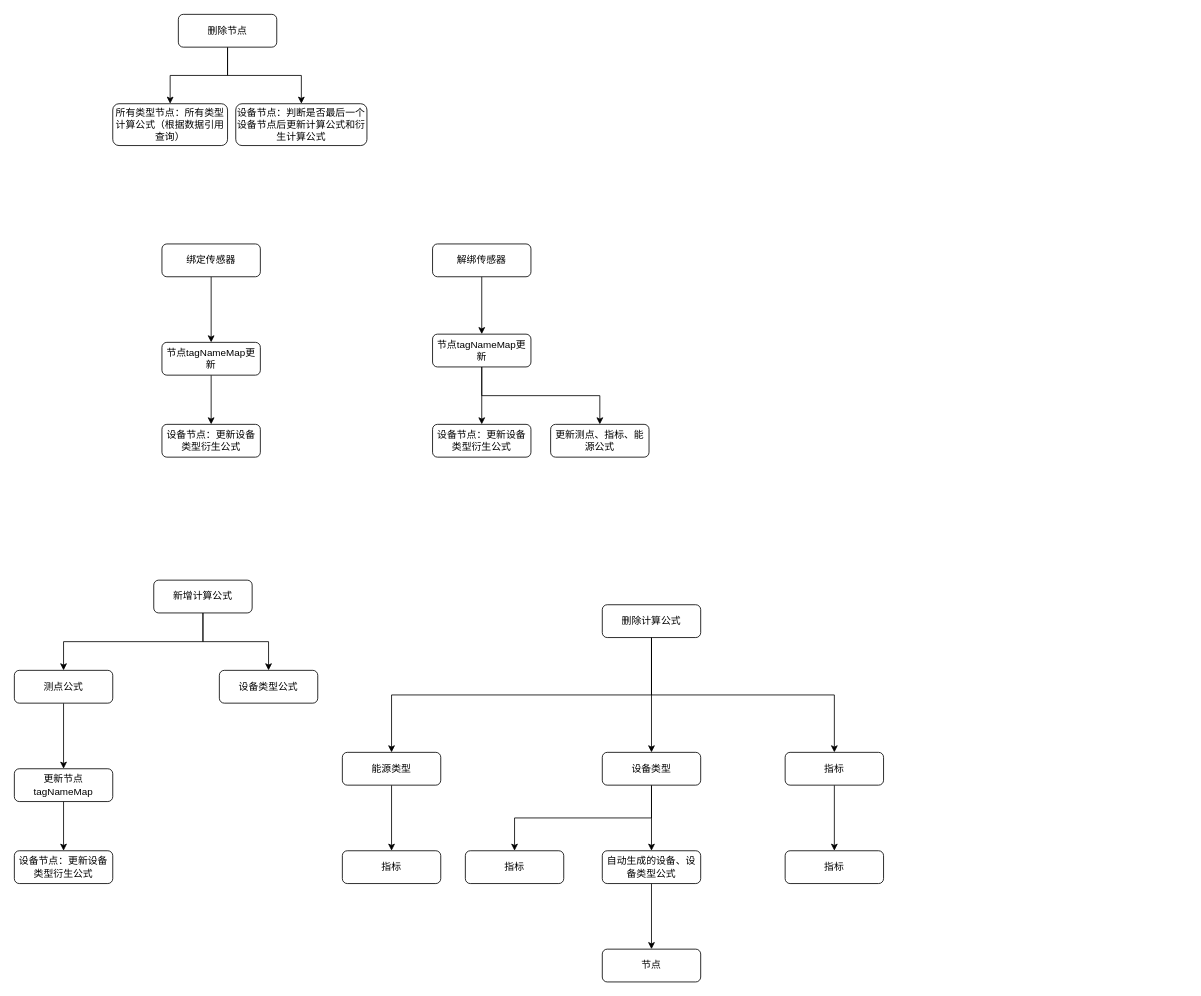
This is 能源管理-tagName更新.drawio from bird1225/draw, a draw.io file, before an edit. Source tidied: cells renumbered, new cells numbered last; positions are measured from the earlier drawing's top-left corner, leaving out a move shared by most shapes. Both pictures are drawn from the tidied source at 82%, with x=0, y=0 at pixel (14, 14).
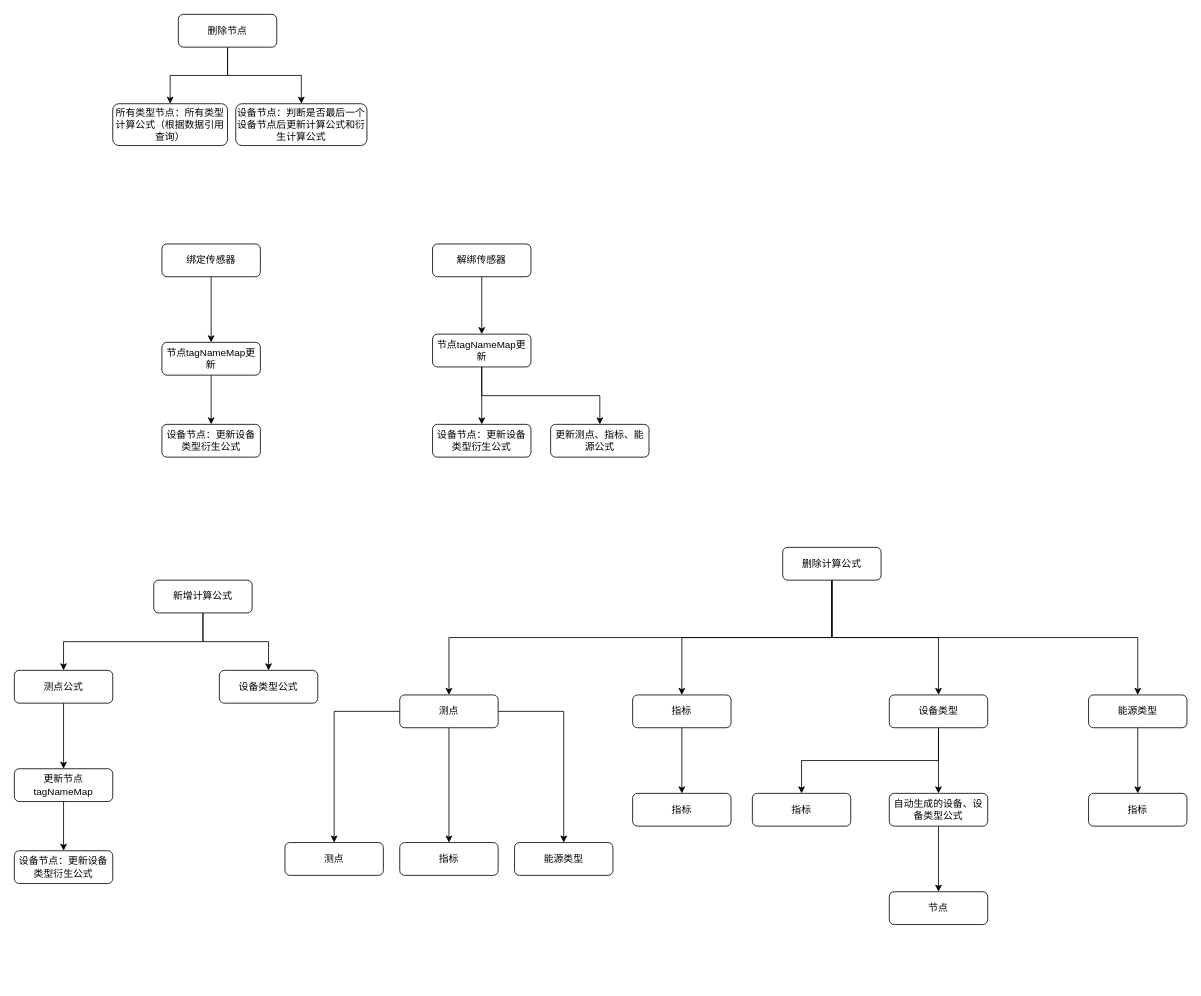
Above is the later version.

Commit message:
更新能源管理-tagName更新.drawio

What changed in the source:
```diff
@@
-    <mxCell id="5" style="edgeStyle=orthogonalEdgeStyle;rounded=0;jettySize=auto;html=1;" parent="1" edge="1" source="8" target="21">
+    <mxCell id="5" style="edgeStyle=orthogonalEdgeStyle;rounded=0;jettySize=auto;html=1;exitX=0.5;exitY=1;exitDx=0;exitDy=0;" parent="1" edge="1" source="8" target="21">
       <mxGeometry relative="1" as="geometry" />
     </mxCell>
@@
+    <mxCell id="45" style="edgeStyle=orthogonalEdgeStyle;rounded=0;jettySize=auto;html=1;entryX=0.5;entryY=0;entryDx=0;entryDy=0;exitX=0.5;exitY=1;exitDx=0;exitDy=0;" parent="1" edge="1" source="8" target="49">
+      <mxGeometry relative="1" as="geometry" />
+    </mxCell>
     <mxCell id="8" value="删除计算公式" style="rounded=1;whiteSpace=wrap;html=1;fontSize=12;glass=0;strokeWidth=1;shadow=0;" parent="1" vertex="1">
-      <mxGeometry x="717" y="720" width="120" height="40" as="geometry" />
+      <mxGeometry x="937" y="650" width="120" height="40" as="geometry" />
     </mxCell>
@@
     <mxCell id="21" value="设备类型" style="rounded=1;whiteSpace=wrap;html=1;fontSize=12;glass=0;strokeWidth=1;shadow=0;" parent="1" vertex="1">
-      <mxGeometry x="717" y="900" width="120" height="40" as="geometry" />
+      <mxGeometry x="1067" y="830" width="120" height="40" as="geometry" />
     </mxCell>
@@
     <mxCell id="23" value="能源类型" style="rounded=1;whiteSpace=wrap;html=1;fontSize=12;glass=0;strokeWidth=1;shadow=0;" parent="1" vertex="1">
-      <mxGeometry x="400" y="900" width="120" height="40" as="geometry" />
+      <mxGeometry x="1310" y="830" width="120" height="40" as="geometry" />
     </mxCell>
@@
     <mxCell id="25" value="指标" style="rounded=1;whiteSpace=wrap;html=1;fontSize=12;glass=0;strokeWidth=1;shadow=0;" parent="1" vertex="1">
-      <mxGeometry x="940" y="900" width="120" height="40" as="geometry" />
+      <mxGeometry x="754" y="830" width="120" height="40" as="geometry" />
     </mxCell>
     <mxCell id="26" value="指标" style="rounded=1;whiteSpace=wrap;html=1;fontSize=12;glass=0;strokeWidth=1;shadow=0;" parent="1" vertex="1">
-      <mxGeometry x="400" y="1020" width="120" height="40" as="geometry" />
+      <mxGeometry x="1310" y="950" width="120" height="40" as="geometry" />
     </mxCell>
     <mxCell id="27" value="指标" style="rounded=1;whiteSpace=wrap;html=1;fontSize=12;glass=0;strokeWidth=1;shadow=0;" parent="1" vertex="1">
-      <mxGeometry x="550" y="1020" width="120" height="40" as="geometry" />
+      <mxGeometry x="900" y="950" width="120" height="40" as="geometry" />
     </mxCell>
     <mxCell id="28" value="指标" style="rounded=1;whiteSpace=wrap;html=1;fontSize=12;glass=0;strokeWidth=1;shadow=0;" parent="1" vertex="1">
-      <mxGeometry x="940" y="1020" width="120" height="40" as="geometry" />
+      <mxGeometry x="754" y="950" width="120" height="40" as="geometry" />
     </mxCell>
@@
     <mxCell id="32" value="自动生成的设备、设备类型公式" style="rounded=1;whiteSpace=wrap;html=1;fontSize=12;glass=0;strokeWidth=1;shadow=0;" parent="1" vertex="1">
-      <mxGeometry x="717" y="1020" width="120" height="40" as="geometry" />
+      <mxGeometry x="1067" y="950" width="120" height="40" as="geometry" />
     </mxCell>
     <mxCell id="33" value="节点" style="rounded=1;whiteSpace=wrap;html=1;fontSize=12;glass=0;strokeWidth=1;shadow=0;" parent="1" vertex="1">
-      <mxGeometry x="717" y="1140" width="120" height="40" as="geometry" />
+      <mxGeometry x="1067" y="1070" width="120" height="40" as="geometry" />
     </mxCell>
@@
+    <mxCell id="46" style="edgeStyle=orthogonalEdgeStyle;rounded=0;jettySize=auto;html=1;" parent="1" edge="1" source="49" target="50">
+      <mxGeometry relative="1" as="geometry" />
+    </mxCell>
+    <mxCell id="47" style="edgeStyle=orthogonalEdgeStyle;rounded=0;jettySize=auto;html=1;" parent="1" edge="1" source="49" target="51">
+      <mxGeometry relative="1" as="geometry" />
+    </mxCell>
+    <mxCell id="48" style="edgeStyle=orthogonalEdgeStyle;rounded=0;jettySize=auto;html=1;" parent="1" edge="1" source="49" target="52">
+      <mxGeometry relative="1" as="geometry" />
+    </mxCell>
+    <mxCell id="49" value="测点" style="rounded=1;whiteSpace=wrap;html=1;fontSize=12;glass=0;strokeWidth=1;shadow=0;" parent="1" vertex="1">
+      <mxGeometry x="470" y="830" width="120" height="40" as="geometry" />
+    </mxCell>
+    <mxCell id="50" value="测点" style="rounded=1;whiteSpace=wrap;html=1;fontSize=12;glass=0;strokeWidth=1;shadow=0;" parent="1" vertex="1">
+      <mxGeometry x="330" y="1010" width="120" height="40" as="geometry" />
+    </mxCell>
+    <mxCell id="51" value="指标" style="rounded=1;whiteSpace=wrap;html=1;fontSize=12;glass=0;strokeWidth=1;shadow=0;" parent="1" vertex="1">
+      <mxGeometry x="470" y="1010" width="120" height="40" as="geometry" />
+    </mxCell>
+    <mxCell id="52" value="能源类型" style="rounded=1;whiteSpace=wrap;html=1;fontSize=12;glass=0;strokeWidth=1;shadow=0;" parent="1" vertex="1">
+      <mxGeometry x="610" y="1010" width="120" height="40" as="geometry" />
+    </mxCell>
```
